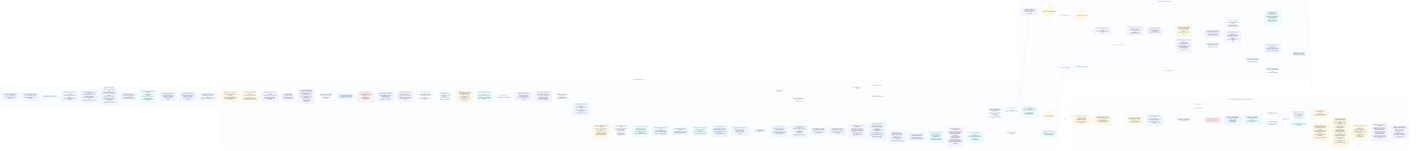
The Mermaid diagram odylith/atlas/source/domain-intelligence-greenfield-governance.png in odylith/odylith, before a commit. Its source is kept beside it as odylith/atlas/source/domain-intelligence-greenfield-governance.mmd.
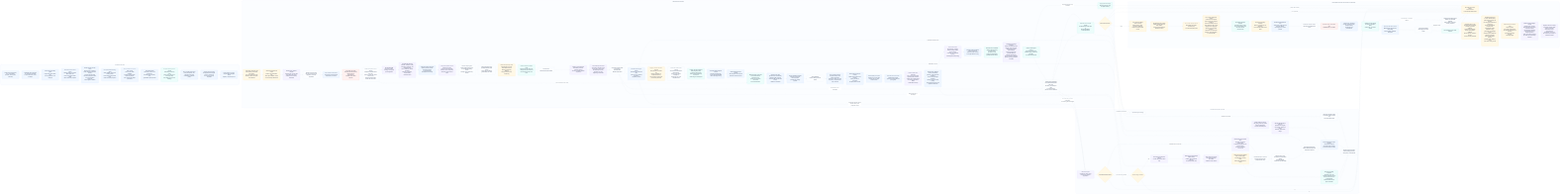
After the change.

Diff of the diagram source:
```diff
@@ -1,13 +1,14 @@
 flowchart LR
-    subgraph accepted_lane["Accepted intent lane"]
+    subgraph accepted_lane["Candidate intent lane"]
       direction TB
-      visible_intent["Product Intent Confirmation<br/>story, state object,<br/>first path, actors, proof boundary"]
-      confirmable_stdout["Confirmable propose stdout<br/>concrete product intent,<br/>no host instructions or CLI envelope"]
-      confirm["Single operator confirmation"]
+      visible_intent["Product intent hypothesis<br/>story, state object,<br/>first path, actors, proof boundary"]
+      confirmable_stdout["Candidate intent projection<br/>no command committed,<br/>no host instructions or CLI envelope"]
       source_guard["Intent source boundary guard<br/>Original user intent block only,<br/>no host guidance or CLI envelope"]
       intent_section_parser["Confirmed-intent section parser<br/>heading sections and inline label-value rows<br/>become structured intent fields<br/>before semantic projection"]
       prompt_recovery["Prompt-source recovery owner<br/>direct product containers,<br/>helper-relative actor/action clauses,<br/>actor-led gerund paths,<br/>semicolon purpose context,<br/>source punctuation preserved<br/>before generic fallback"]
-      confirmed_ir["ConfirmedIntentIR<br/>section IDs, source spans,<br/>hash, provenance,<br/>grammatical object phrases"]
+      editorial_framing_guard["First-path editorial framing guard<br/>inline smallest-version and whole-product<br/>meta clauses leave product facts<br/>before first-path projection"]
+      source_claim_custody["Source evidence and claim-span custody<br/>source units remain auditable;<br/>accepted product-claim spans stay distinct;<br/>every material fact keeps provenance"]
+      confirmed_ir["ConfirmedIntentIR<br/>section IDs, source-unit provenance,<br/>accepted claim-span IDs, hash,<br/>grammatical object phrases"]
       accepted_path_projection["Accepted path projection custody<br/>action/object lists stay intact;<br/>generic user roles do not mine object tails;<br/>state labels are not inline headings"]
       non_goal_owner["Non-goal derivation owner<br/>proof, assumption, and ambiguity exclusions<br/>outside the completion parent"]
       sparse_systems["Sparse system topology<br/>terse/generated rows gain proof or state owner,<br/>rich explicit rows stay unpadded"]
@@ -24,6 +25,7 @@
       actor_role_owner["Shared actor-role owner<br/>role nouns feed recovery,<br/>fragments, and actor signatures"]
       artifact_actor_filter["Actor artifact-context filter<br/>approval and review artifacts<br/>stay objects, not actors"]
       actor_path_role["Actor path-role owner<br/>accepted-path descriptions,<br/>partial actor-list augmentation,<br/>duplicate suffix-label rejection"]
+      shared_event_resolver["Shared actor/action event resolver<br/>complete accepted human actor set;<br/>pronouns retain the current human actor;<br/>explicit system/product events are non-human"]
       external_boundary["External boundary semantics<br/>explicit systems, inferred first-path boundary,<br/>or typed deferred manual/fixture boundary"]
       sequence_owner["First-path sequence owner<br/>modal actor chains,<br/>connector-led object tails,<br/>evidence noun compounds,<br/>distinctive terminal event terms"]
       subject_carry_guard["Carried-subject guard<br/>explicit subjects seed carry<br/>for coordinated sibling actions<br/>ordinary action verbs stay actions"]
@@ -40,7 +42,7 @@
       projections["Context-starved projections<br/>Radar, Registry, Atlas,<br/>Compass, release proof<br/>Atlas terminal labels keep event terms<br/>before long result wrappers"]
       confirmed_diagram_projection["Confirmed Atlas projection refresh<br/>diagrams rerender from current SemanticModelIR<br/>before package scoring"]
       atlas_label_custody["Atlas header/body label custody<br/>fixed wrappers do not repeat<br/>semantic result body terms"]
-      state_boundary_titles["Radar state-boundary titles<br/>compact review/action focus,<br/>no mechanical pronoun tails<br/>no repeated clarity modifiers"]
+      state_boundary_titles["Radar title/action projection<br/>one resolved human actor/action pair;<br/>system-owned events cannot title<br/>human workstreams"]
       next_steps["Operator next steps<br/>governed start workstream,<br/>readiness gates preserve curated middle and terminal actions,<br/>validation commands"]
       project_dashboard["Project dashboard preview<br/>fragment-safe source-launch prompts<br/>persisted into tooling payload"]
       draft_set["ArtifactDraftSet<br/>human-visible governed drafts"]
@@ -88,11 +90,15 @@
       surface_custody["Pre-confirm rendered surface custody<br/>Radar, Registry, Atlas, Compass, Casebook,<br/>Project shell and bundle mirrors"]
       portable_catalog_links["Portable Atlas link custody<br/>related_backlog paths are repo-relative;<br/>root and symlink escapes fail before confirm"]
       transaction_quality["Pre-confirm quality tribunal<br/>all package and artifact contracts pass;<br/>no unresolved quality debt"]
+      acceptance_identity["Pre-confirm acceptance identity<br/>coherent prior accepted-project, brief, and Compass evidence;<br/>reuse its timestamp only for exact semantics after narrow<br/>target/current-stage path rebasing; otherwise keep fresh on<br/>malformed or inconsistent evidence, untrusted paths, or command drift"]
+      compiled_memory_previews["Compiled acceptance previews<br/>accepted project, project brief, and Compass event<br/>consumed without reconstruction"]
+      report_envelope["Pre-confirm reporting envelope<br/>backlog, components, and diagrams<br/>are list-shaped sealed result fields"]
       transaction_seal["ProductCreateTransaction seal<br/>exact bytes, modes, file and directory deletes,<br/>repo fingerprints, result preview"]
       compiler_receipt["Detached compiler receipt<br/>transaction file digest and hash"]
       transaction_ready["Creation-ready confirmation view<br/>CONFIRM, EDIT, or REJECT"]
       commit_verify["Commit-only verification<br/>receipt, transaction hash, compiler identity,<br/>unchanged repo preconditions"]
       writes["Sealed write set applied<br/>no parsing, generation, repair,<br/>quality work, or surface refresh"]
+      atomic_cleanup["Interrupt-safe atomic writes<br/>BaseException removes the temp sibling<br/>before rollback evaluates final paths"]
       readback["Exact tree readback<br/>after fingerprints must match"]
       rollback["Affected-path rollback guard<br/>SIGINT and SIGTERM included;<br/>failed rollback preserves recovery snapshot"]
       blockers["No-write pre-confirm blocker<br/>or post-confirm environment/invariant failure"]
@@ -104,11 +110,12 @@
       registry_forensics_custody["Registry forensics custody<br/>component sidecars keep generic summaries,<br/>workstream scope, component IDs,<br/>and artifact counts only<br/>raw scenario prose stays in evidence surfaces"]
     end
 
-    visible_intent --> confirmable_stdout --> confirm --> source_guard --> intent_section_parser --> prompt_recovery --> confirmed_ir --> accepted_path_projection --> non_goal_owner --> sparse_systems --> public_system_copy
-    public_system_copy --> apply_input --> intent_visible_result --> compiler --> semantic_ir --> evaluation_semantics --> actor_role_owner --> artifact_actor_filter --> actor_path_role --> external_boundary --> sequence_owner --> subject_carry_guard --> result_language --> visible_result_priority --> prose_shape_guard --> artifact_plan --> release_scope --> canonical_facts --> projection_contract --> semantic_patch_targets --> registry_contract_custody --> semantic_result_custody --> projections --> confirmed_diagram_projection --> atlas_label_custody --> state_boundary_titles --> next_steps --> project_dashboard --> draft_set
+    visible_intent --> confirmable_stdout --> source_guard --> intent_section_parser --> prompt_recovery --> editorial_framing_guard --> source_claim_custody --> confirmed_ir --> accepted_path_projection --> non_goal_owner --> sparse_systems --> public_system_copy
+    public_system_copy --> apply_input --> intent_visible_result --> compiler --> actor_role_owner --> artifact_actor_filter --> actor_path_role --> shared_event_resolver --> semantic_ir --> evaluation_semantics --> external_boundary --> sequence_owner --> subject_carry_guard --> result_language --> visible_result_priority --> prose_shape_guard --> artifact_plan --> release_scope --> canonical_facts --> projection_contract --> semantic_patch_targets --> registry_contract_custody --> semantic_result_custody --> projections --> confirmed_diagram_projection --> atlas_label_custody --> state_boundary_titles --> next_steps --> project_dashboard --> draft_set
+    shared_event_resolver -. "same resolved human event" .-> state_boundary_titles
     draft_set --> source_casing_custody --> control_plane_homonyms --> artifact_units --> mermaid_source_units --> visible_actor_projection --> validators --> expert_lenses --> persisted_readback --> governed_readback --> evidence_readback --> typed_findings --> source_addresses --> projection_targets --> final_manifest
     typed_findings -- "untyped or legacy-only evidence" --> legacy_blockers --> blockers
-    final_manifest -- "pass" --> surface_custody --> portable_catalog_links --> transaction_quality --> transaction_seal --> compiler_receipt --> transaction_ready --> commit_verify --> writes --> readback --> proof_log --> matrix_scorer --> release_matrix --> natural_rescue_proof --> selected_case_leakage --> registry_forensics_custody
+    final_manifest -- "pass" --> surface_custody --> portable_catalog_links --> transaction_quality --> acceptance_identity --> compiled_memory_previews --> report_envelope --> transaction_seal --> compiler_receipt --> transaction_ready --> commit_verify --> writes --> atomic_cleanup --> readback --> proof_log --> matrix_scorer --> release_matrix --> natural_rescue_proof --> selected_case_leakage --> registry_forensics_custody
     final_manifest -- "quality debt remains" --> blockers
     final_manifest -- "rendered scope drift" --> projection_rerender --> rerender
     final_manifest -- "repairable typed failure" --> repairable --> projection_targets --> source_addresses --> patchset --> executable_target
@@ -140,10 +147,10 @@
     classDef standard fill:#F8FAFC,stroke:#CBD5E1,color:#132033,stroke-width:1.2px;
     classDef rescue fill:#FFF7ED,stroke:#FDBA74,color:#132033,stroke-width:1.2px;
     classDef write fill:#F0FDF4,stroke:#86EFAC,color:#132033,stroke-width:1.2px;
-    class visible_intent,confirmable_stdout,confirm,source_guard,intent_section_parser,prompt_recovery,confirmed_ir,non_goal_owner,sparse_systems,public_system_copy intent;
-    class apply_input,intent_visible_result,compiler,semantic_ir,evaluation_semantics,actor_role_owner,artifact_actor_filter,actor_path_role,external_boundary,sequence_owner,subject_carry_guard,result_language,visible_result_priority,prose_shape_guard,artifact_plan,release_scope,canonical_facts,projection_contract,semantic_patch_targets,registry_contract_custody,semantic_result_custody,projections,confirmed_diagram_projection,atlas_label_custody,state_boundary_titles,next_steps,project_dashboard,draft_set,source_casing_custody,control_plane_homonyms,artifact_units,mermaid_source_units,visible_actor_projection,validators,expert_lenses,persisted_readback,governed_readback,evidence_readback,typed_findings,source_addresses,projection_targets,legacy_blockers,final_manifest standard;
+    class visible_intent,confirmable_stdout,source_guard,intent_section_parser,prompt_recovery,editorial_framing_guard,source_claim_custody,confirmed_ir,non_goal_owner,sparse_systems,public_system_copy intent;
+    class apply_input,intent_visible_result,compiler,semantic_ir,evaluation_semantics,actor_role_owner,artifact_actor_filter,actor_path_role,shared_event_resolver,external_boundary,sequence_owner,subject_carry_guard,result_language,visible_result_priority,prose_shape_guard,artifact_plan,release_scope,canonical_facts,projection_contract,semantic_patch_targets,registry_contract_custody,semantic_result_custody,projections,confirmed_diagram_projection,atlas_label_custody,state_boundary_titles,next_steps,project_dashboard,draft_set,source_casing_custody,control_plane_homonyms,artifact_units,mermaid_source_units,visible_actor_projection,validators,expert_lenses,persisted_readback,governed_readback,evidence_readback,typed_findings,source_addresses,projection_targets,legacy_blockers,final_manifest standard;
     class repairable,patchset,executable_target,deterministic_source_patch,rescue_budget,tribunal_planner,provider_adapter,strict_schema,custody_check,repair_manifest,semantic_apply,plan_apply,semantic_mirror_sync,scope_ledger,dashboard_rerender,projection_rerender,package_inspection,rerender rescue;
-    class surface_custody,portable_catalog_links,transaction_quality,transaction_seal,compiler_receipt,transaction_ready,commit_verify,writes,readback,rollback,blockers,proof_log,matrix_scorer,release_matrix,natural_rescue_proof,selected_case_leakage,registry_forensics_custody write;
+    class surface_custody,portable_catalog_links,transaction_quality,acceptance_identity,compiled_memory_previews,report_envelope,transaction_seal,compiler_receipt,transaction_ready,commit_verify,writes,atomic_cleanup,readback,rollback,blockers,proof_log,matrix_scorer,release_matrix,natural_rescue_proof,selected_case_leakage,registry_forensics_custody write;
 
     style accepted_lane fill:#FBFDFF,stroke:#BFD7FE,stroke-width:1px,color:#293D52
     style standard_lane fill:#FBFDFF,stroke:#CBD5E1,stroke-width:1px,color:#293D52
```
